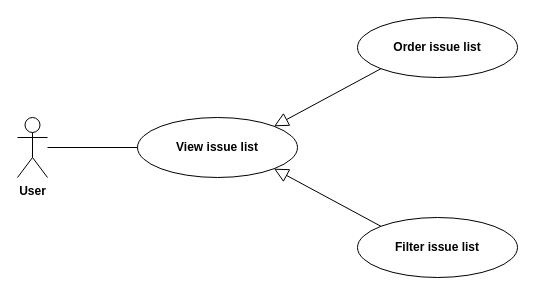
Above: page "View issue list" (9 of 9) of Documentazione/use cases/use_cases.drawio in Alessandro-uni/BugBoard26 (draw.io), before the change. Source tidied: cells renumbered, new cells numbered last; positions are measured from the earlier drawing's top-left corner, leaving out a move shared by most shapes. Both pictures are drawn from the tidied source at 100%, with x=0, y=0 at pixel (17, 17).
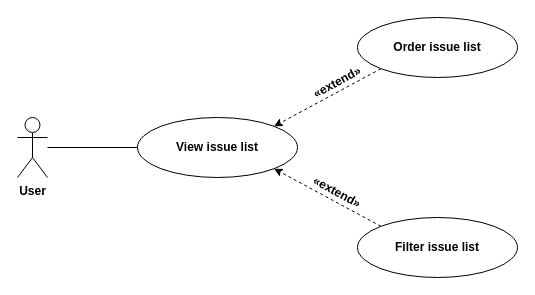
Above is the later version.

Change to the diagram source:
```diff
@@
 <mxGraphModel>
   <root>
     <mxCell id="0" />
     <mxCell id="1" parent="0" />
     <mxCell id="2" value="User" style="shape=umlActor;verticalLabelPosition=bottom;verticalAlign=top;html=1;fontStyle=1;fillColor=none;" parent="1" vertex="1">
       <mxGeometry y="100" width="30" height="60" as="geometry" />
     </mxCell>
     <mxCell id="3" style="edgeStyle=orthogonalEdgeStyle;rounded=0;jettySize=auto;html=1;endArrow=none;endFill=0;" parent="1" edge="1" source="4" target="2">
       <mxGeometry relative="1" as="geometry" />
     </mxCell>
     <mxCell id="4" value="View issue list" style="ellipse;whiteSpace=wrap;html=1;fontStyle=1;fillColor=none;" parent="1" vertex="1">
       <mxGeometry x="120" y="100" width="160" height="60" as="geometry" />
     </mxCell>
-    <mxCell id="5" style="rounded=0;jettySize=auto;html=1;exitX=0;exitY=1;exitDx=0;exitDy=0;entryX=1;entryY=0;entryDx=0;entryDy=0;endArrow=block;endFill=0;endSize=12;" parent="1" edge="1" source="6" target="4">
+    <mxCell id="5" style="rounded=0;jettySize=auto;html=1;exitX=0;exitY=1;exitDx=0;exitDy=0;entryX=1;entryY=0;entryDx=0;entryDy=0;endArrow=classic;endFill=1;endSize=6;dashed=1;" parent="1" edge="1" source="6" target="4">
       <mxGeometry relative="1" as="geometry" />
     </mxCell>
     <mxCell id="6" value="Order issue list" style="ellipse;whiteSpace=wrap;html=1;fontStyle=1;fillColor=none;" parent="1" vertex="1">
       <mxGeometry x="340" width="160" height="60" as="geometry" />
     </mxCell>
-    <mxCell id="7" style="rounded=0;jettySize=auto;html=1;exitX=0;exitY=0;exitDx=0;exitDy=0;entryX=1;entryY=1;entryDx=0;entryDy=0;endArrow=block;endFill=0;endSize=12;" parent="1" edge="1" source="8" target="4">
+    <mxCell id="7" style="rounded=0;jettySize=auto;html=1;exitX=0;exitY=0;exitDx=0;exitDy=0;entryX=1;entryY=1;entryDx=0;entryDy=0;endArrow=classic;endFill=1;endSize=6;dashed=1;" parent="1" edge="1" source="8" target="4">
       <mxGeometry relative="1" as="geometry" />
     </mxCell>
     <mxCell id="8" value="Filter issue list" style="ellipse;whiteSpace=wrap;html=1;fontStyle=1;fillColor=none;" parent="1" vertex="1">
       <mxGeometry x="340" y="200" width="160" height="60" as="geometry" />
     </mxCell>
+    <mxCell id="9" value="«extend»" style="text;html=1;whiteSpace=wrap;strokeColor=none;fillColor=none;align=center;verticalAlign=middle;rounded=0;rotation=331.5;fontStyle=1;" parent="1" vertex="1">
+      <mxGeometry x="290" y="50" width="60" height="30" as="geometry" />
+    </mxCell>
+    <mxCell id="10" value="«extend»" style="text;html=1;whiteSpace=wrap;strokeColor=none;fillColor=none;align=center;verticalAlign=middle;rounded=0;rotation=28.5;fontStyle=1;" parent="1" vertex="1">
+      <mxGeometry x="290" y="160" width="60" height="30" as="geometry" />
+    </mxCell>
   </root>
 </mxGraphModel>
```
